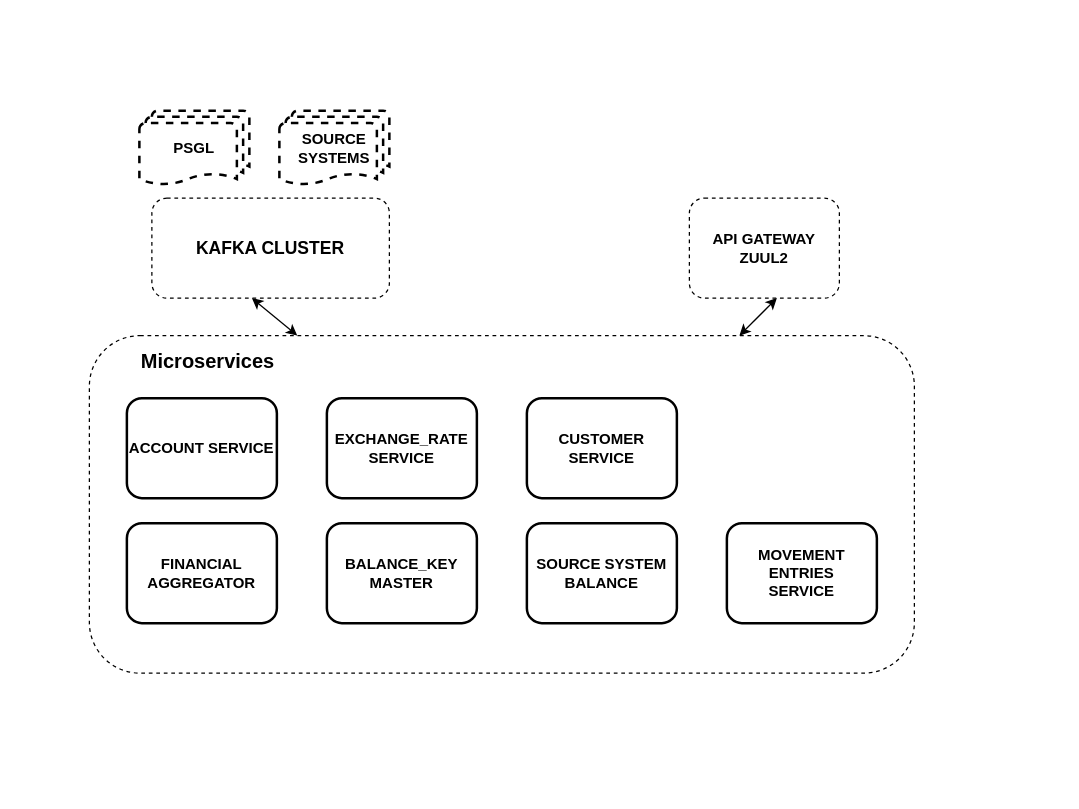
The draw.io diagram microservices_diagram.drawio in selvakumarEsra/architectureDiagrams, before the edit. Source tidied: cells renumbered, new cells numbered last; positions are measured from the earlier drawing's top-left corner, leaving out a move shared by most shapes. Both pictures are drawn from the tidied source at 125%, with x=0, y=0 at pixel (89, 110). Pictures stored in the file or linked from it are replaced by grey dashed boxes.
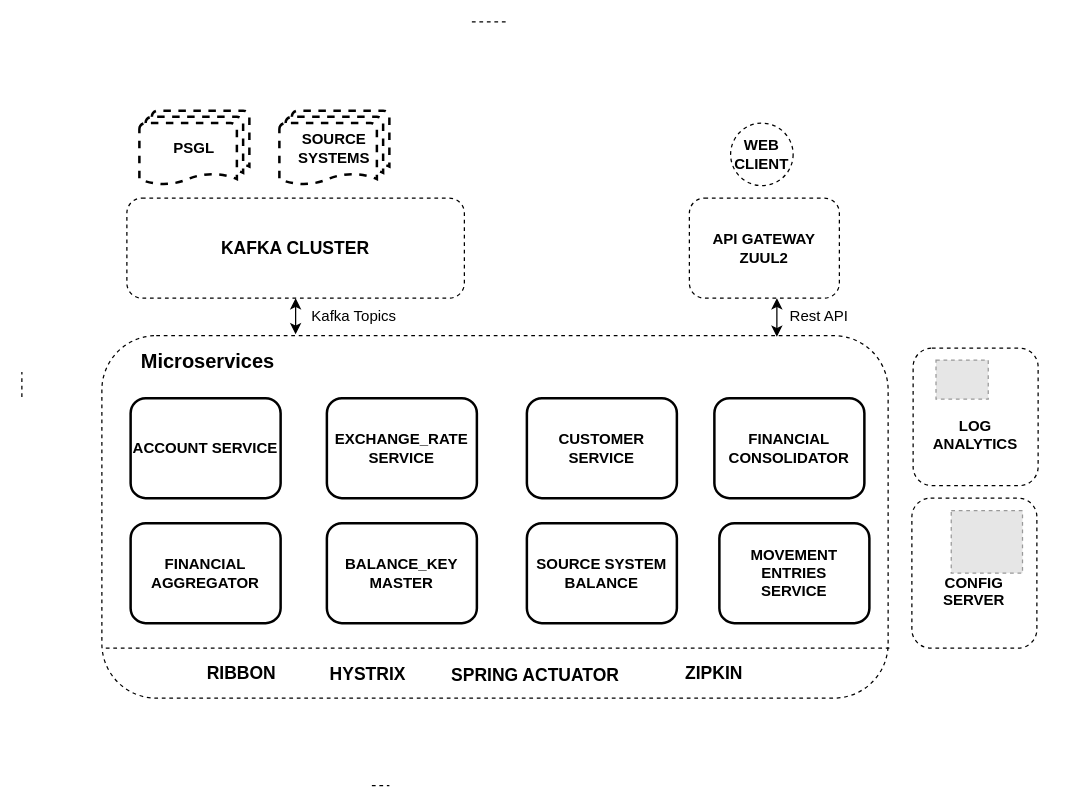
The same diagram, later.

Change to the diagram source:
```diff
@@
     <mxCell id="2" style="rounded=1;whiteSpace=wrap;html=1;strokeWidth=1;dashed=1;" parent="1" vertex="1">
-      <mxGeometry y="180" width="660" height="270" as="geometry" />
+      <mxGeometry x="10" y="180" width="629" height="290" as="geometry" />
     </mxCell>
     <mxCell id="3" value="&lt;font style=&quot;font-size: 14px&quot;&gt;&lt;b&gt;KAFKA CLUSTER&lt;/b&gt;&lt;/font&gt;" style="rounded=1;whiteSpace=wrap;html=1;dashed=1;" parent="1" vertex="1">
-      <mxGeometry x="50" y="70" width="190" height="80" as="geometry" />
+      <mxGeometry x="30" y="70" width="270" height="80" as="geometry" />
     </mxCell>
     <mxCell id="4" value="&lt;b&gt;ACCOUNT SERVICE&lt;/b&gt;" style="rounded=1;whiteSpace=wrap;html=1;strokeWidth=2;" parent="1" vertex="1">
-      <mxGeometry x="30" y="230" width="120" height="80" as="geometry" />
+      <mxGeometry x="33" y="230" width="120" height="80" as="geometry" />
     </mxCell>
@@
     <mxCell id="10" value="&lt;b&gt;MOVEMENT ENTRIES&lt;br&gt;SERVICE&lt;/b&gt;" style="rounded=1;whiteSpace=wrap;html=1;strokeWidth=2;" parent="1" vertex="1">
-      <mxGeometry x="510" y="330" width="120" height="80" as="geometry" />
+      <mxGeometry x="504" y="330" width="120" height="80" as="geometry" />
     </mxCell>
     <mxCell id="11" value="&lt;b&gt;FINANCIAL AGGREGATOR&lt;/b&gt;" style="rounded=1;whiteSpace=wrap;html=1;strokeWidth=2;" parent="1" vertex="1">
-      <mxGeometry x="30" y="330" width="120" height="80" as="geometry" />
+      <mxGeometry x="33" y="330" width="120" height="80" as="geometry" />
     </mxCell>
@@
-    <mxCell id="15" style="endArrow=classic;startArrow=classic;html=1;" parent="1" edge="1" source="2">
+    <mxCell id="15" style="endArrow=classic;startArrow=classic;html=1;entryX=0.5;entryY=1;entryDx=0;entryDy=0;" parent="1" edge="1" target="3">
       <mxGeometry relative="1" as="geometry">
-        <mxPoint x="130" y="150" as="targetPoint" />
+        <mxPoint x="165" y="179" as="sourcePoint" />
       </mxGeometry>
     </mxCell>
     <mxCell id="16" style="endArrow=classic;startArrow=classic;html=1;" parent="1" edge="1">
       <mxGeometry relative="1" as="geometry">
-        <mxPoint x="520" y="180" as="sourcePoint" />
+        <mxPoint x="550" y="181" as="sourcePoint" />
         <mxPoint x="550" y="150" as="targetPoint" />
       </mxGeometry>
     </mxCell>
+    <mxCell id="17" value="&lt;b&gt;WEB &lt;br&gt;CLIENT&lt;/b&gt;" style="ellipse;whiteSpace=wrap;html=1;dashed=1;" parent="1" vertex="1">
+      <mxGeometry x="513" y="10" width="50" height="50" as="geometry" />
+    </mxCell>
+    <mxCell id="18" value="Kafka Topics" style="text;html=1;strokeColor=none;fillColor=none;align=center;verticalAlign=middle;whiteSpace=wrap;rounded=0;dashed=1;" parent="1" vertex="1">
+      <mxGeometry x="172" y="152" width="80" height="25" as="geometry" />
+    </mxCell>
+    <mxCell id="19" value="Rest API" style="text;html=1;strokeColor=none;fillColor=none;align=center;verticalAlign=middle;whiteSpace=wrap;rounded=0;dashed=1;" parent="1" vertex="1">
+      <mxGeometry x="559" y="155" width="50" height="20" as="geometry" />
+    </mxCell>
+    <mxCell id="20" style="group;" parent="1" vertex="1">
+      <mxGeometry x="659" y="190" width="100" height="110" as="geometry" />
+    </mxCell>
+    <mxCell id="21" value="&lt;br&gt;&lt;b&gt;&lt;br&gt;LOG&lt;br&gt;ANALYTICS&lt;/b&gt;" style="rounded=1;whiteSpace=wrap;html=1;dashed=1;" parent="20" vertex="1">
+      <mxGeometry width="100" height="110" as="geometry" />
+    </mxCell>
+    <mxCell id="22" style="fillColor=#E6E6E6;strokeColor=#999999;dashed=1;verticalLabelPosition=bottom;verticalAlign=top;" parent="20" vertex="1">
+      <mxGeometry x="18.3" y="9.5" width="41.8" height="31.3" as="geometry" />
+    </mxCell>
+    <mxCell id="23" style="group;" parent="1" vertex="1">
+      <mxGeometry x="654" y="249" width="120" height="120" as="geometry" />
+    </mxCell>
+    <mxCell id="24" value="&lt;br&gt;&lt;br&gt;&lt;b&gt;CONFIG &lt;br&gt;SERVER&lt;/b&gt;" style="rounded=1;whiteSpace=wrap;html=1;dashed=1;" parent="23" vertex="1">
+      <mxGeometry x="4" y="61" width="100" height="120" as="geometry" />
+    </mxCell>
+    <mxCell id="25" style="fillColor=#E6E6E6;strokeColor=#999999;dashed=1;verticalLabelPosition=bottom;verticalAlign=top;" parent="23" vertex="1">
+      <mxGeometry x="35.5" y="71" width="57" height="50" as="geometry" />
+    </mxCell>
+    <mxCell id="26" style="endArrow=none;dashed=1;html=1;exitX=0.005;exitY=0.862;exitDx=0;exitDy=0;exitPerimeter=0;" parent="1" edge="1" source="2">
+      <mxGeometry relative="1" as="geometry">
+        <mxPoint x="640" y="430" as="targetPoint" />
+      </mxGeometry>
+    </mxCell>
+    <mxCell id="27" value="&lt;b&gt;&lt;font style=&quot;font-size: 14px&quot;&gt;RIBBON&lt;/font&gt;&lt;/b&gt;" style="text;html=1;strokeColor=none;fillColor=none;align=center;verticalAlign=middle;whiteSpace=wrap;rounded=0;dashed=1;" parent="1" vertex="1">
+      <mxGeometry x="81.5" y="440" width="80" height="20" as="geometry" />
+    </mxCell>
+    <mxCell id="28" value="&lt;b&gt;&lt;font style=&quot;font-size: 14px&quot;&gt;HYSTRIX&lt;/font&gt;&lt;/b&gt;" style="text;html=1;strokeColor=none;fillColor=none;align=center;verticalAlign=middle;whiteSpace=wrap;rounded=0;dashed=1;" parent="1" vertex="1">
+      <mxGeometry x="178" y="441" width="90" height="20" as="geometry" />
+    </mxCell>
+    <mxCell id="29" value="&lt;b&gt;&lt;font style=&quot;font-size: 14px&quot;&gt;SPRING ACTUATOR&lt;/font&gt;&lt;/b&gt;" style="text;html=1;strokeColor=none;fillColor=none;align=center;verticalAlign=middle;whiteSpace=wrap;rounded=0;dashed=1;" parent="1" vertex="1">
+      <mxGeometry x="282" y="442" width="150" height="20" as="geometry" />
+    </mxCell>
+    <mxCell id="30" value="&lt;b&gt;&lt;font style=&quot;font-size: 14px&quot;&gt;ZIPKIN&lt;/font&gt;&lt;/b&gt;" style="text;html=1;strokeColor=none;fillColor=none;align=center;verticalAlign=middle;whiteSpace=wrap;rounded=0;dashed=1;" parent="1" vertex="1">
+      <mxGeometry x="470" y="440" width="60" height="20" as="geometry" />
+    </mxCell>
+    <mxCell id="31" value="&lt;b&gt;FINANCIAL&lt;br&gt;CONSOLIDATOR&lt;/b&gt;" style="rounded=1;whiteSpace=wrap;html=1;strokeWidth=2;" parent="1" vertex="1">
+      <mxGeometry x="500" y="230" width="120" height="80" as="geometry" />
+    </mxCell>
+    <mxCell id="32" style="endArrow=none;dashed=1;html=1;" parent="1" edge="1">
+      <mxGeometry relative="1" as="geometry">
+        <mxPoint x="-54" y="229" as="sourcePoint" />
+        <mxPoint x="-54" y="209" as="targetPoint" />
+      </mxGeometry>
+    </mxCell>
+    <mxCell id="33" style="endArrow=none;dashed=1;html=1;" parent="1" edge="1">
+      <mxGeometry relative="1" as="geometry">
+        <mxPoint x="226" y="540" as="sourcePoint" />
+        <mxPoint x="240" y="540" as="targetPoint" />
+      </mxGeometry>
+    </mxCell>
+    <mxCell id="34" style="endArrow=none;dashed=1;html=1;" parent="1" edge="1">
+      <mxGeometry relative="1" as="geometry">
+        <mxPoint x="306" y="-71" as="sourcePoint" />
+        <mxPoint x="336" y="-71" as="targetPoint" />
+      </mxGeometry>
+    </mxCell>
```
